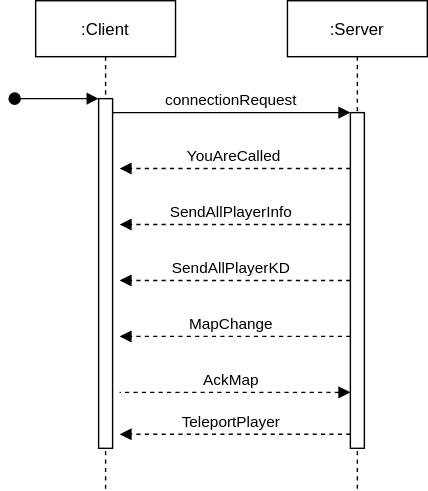
The draw.io diagram imgs/clientCreateConnection.svg in ZHAW-IT19a-Raycasters/RayFighters-Docs, before a commit. Source tidied: cells renumbered, new cells last; positions are measured from the earlier drawing's top-left corner, leaving out a move shared by most shapes.
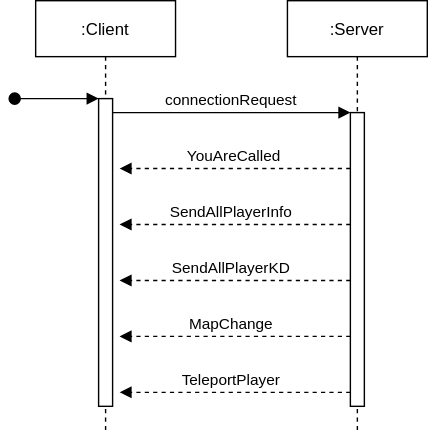
Above is the later version.

Commit message:
update connection diagramm

Diff of the diagram source:
```diff
@@ -3,10 +3,10 @@
     <mxCell id="0" />
     <mxCell id="1" parent="0" />
     <mxCell id="2" value=":Client" style="shape=umlLifeline;perimeter=lifelinePerimeter;rounded=0;shadow=0;strokeWidth=1;" parent="1" vertex="1">
-      <mxGeometry x="15" width="100" height="350" as="geometry" />
+      <mxGeometry x="15" width="100" height="310" as="geometry" />
     </mxCell>
     <mxCell id="3" style="points=[];perimeter=orthogonalPerimeter;rounded=0;shadow=0;strokeWidth=1;" parent="2" vertex="1">
-      <mxGeometry x="45" y="70" width="10" height="250" as="geometry" />
+      <mxGeometry x="45" y="70" width="10" height="220" as="geometry" />
     </mxCell>
     <mxCell id="4" style="verticalAlign=bottom;startArrow=oval;endArrow=block;startSize=8;shadow=0;strokeWidth=1;" parent="2" edge="1" target="3">
       <mxGeometry x="-0.17" y="10" relative="1" as="geometry">
@@ -14,10 +14,10 @@
       </mxGeometry>
     </mxCell>
     <mxCell id="5" value=":Server" style="shape=umlLifeline;perimeter=lifelinePerimeter;rounded=0;shadow=0;strokeWidth=1;" parent="1" vertex="1">
-      <mxGeometry x="195" width="100" height="350" as="geometry" />
+      <mxGeometry x="195" width="100" height="310" as="geometry" />
     </mxCell>
     <mxCell id="6" style="points=[];perimeter=orthogonalPerimeter;rounded=0;shadow=0;strokeWidth=1;" parent="5" vertex="1">
-      <mxGeometry x="45" y="80" width="10" height="240" as="geometry" />
+      <mxGeometry x="45" y="80" width="10" height="210" as="geometry" />
     </mxCell>
     <mxCell id="7" value="connectionRequest" style="verticalAlign=bottom;endArrow=block;entryX=0;entryY=0;shadow=0;strokeWidth=1;" parent="1" edge="1" source="3" target="6">
       <mxGeometry relative="1" as="geometry" />
@@ -47,22 +47,13 @@
     </mxCell>
     <mxCell id="11" value="TeleportPlayer" style="verticalAlign=bottom;endArrow=block;entryX=1;entryY=0;shadow=0;strokeWidth=1;dashed=1;" parent="1" edge="1">
       <mxGeometry x="0.03" relative="1" as="geometry">
-        <mxPoint x="240" y="310" as="sourcePoint" />
-        <mxPoint x="75" y="310" as="targetPoint" />
+        <mxPoint x="240" y="280" as="sourcePoint" />
+        <mxPoint x="75" y="280" as="targetPoint" />
         <Array as="points">
-          <mxPoint x="145" y="310" />
+          <mxPoint x="145" y="280" />
         </Array>
       </mxGeometry>
     </mxCell>
-    <mxCell id="12" value="AckMap" style="verticalAlign=bottom;endArrow=none;entryX=1;entryY=0;shadow=0;strokeWidth=1;dashed=1;startArrow=block;startFill=1;endFill=0;" parent="1" edge="1">
-      <mxGeometry x="0.03" relative="1" as="geometry">
-        <mxPoint x="240" y="280" as="sourcePoint" />
-        <mxPoint x="75" y="280" as="targetPoint" />
-        <Array as="points">
-          <mxPoint x="145" y="280" />
-        </Array>
-      </mxGeometry>
-    </mxCell>
     <mxCell id="13" value="MapChange" style="verticalAlign=bottom;endArrow=block;entryX=1;entryY=0;shadow=0;strokeWidth=1;dashed=1;" parent="1" edge="1">
       <mxGeometry x="0.03" relative="1" as="geometry">
         <mxPoint x="240" y="240" as="sourcePoint" />
```
